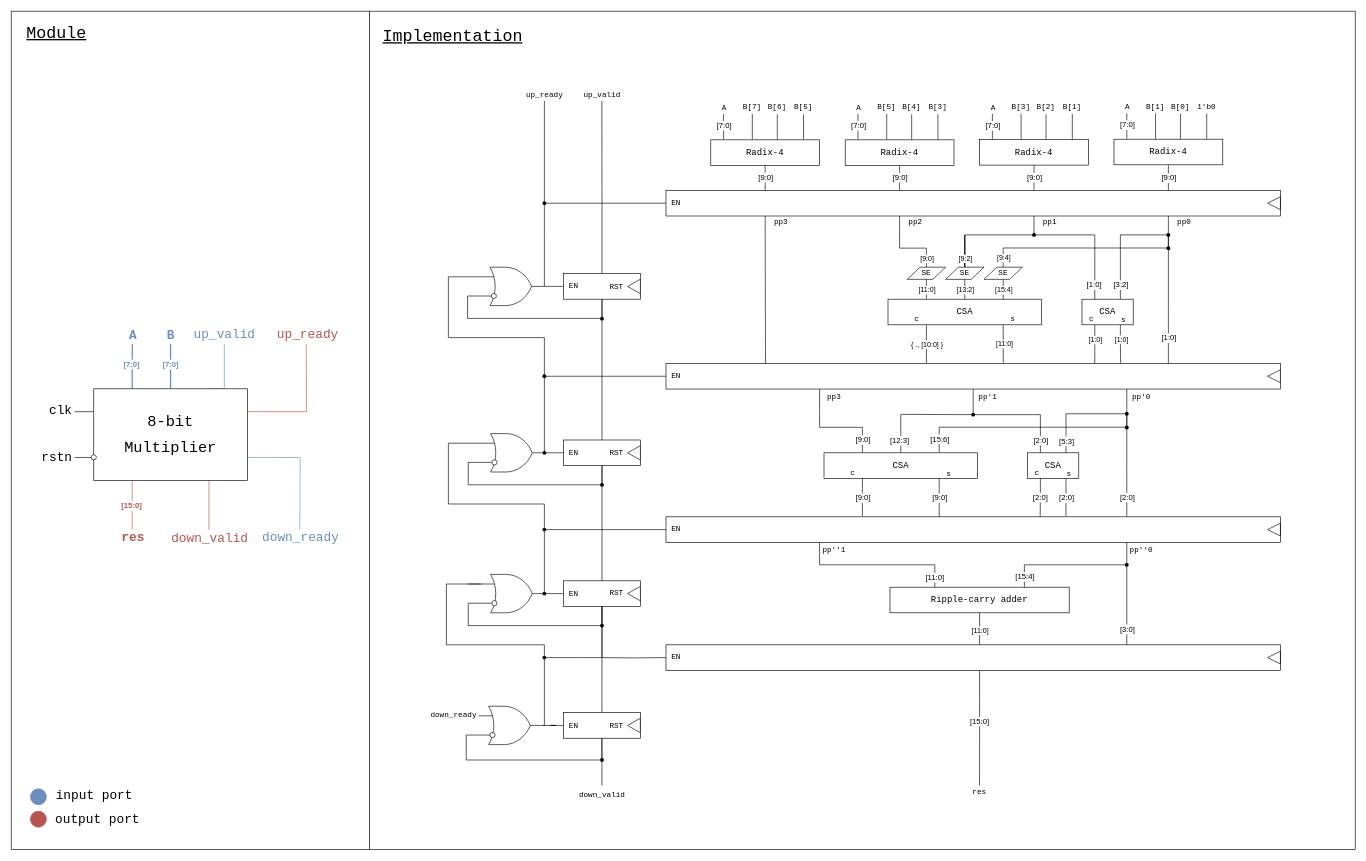
Earlier version of the draw.io diagram drawio/mul.drawio (nlGillity/hdl-mul). Source tidied: cells renumbered, new cells numbered last; positions are measured from the earlier drawing's top-left corner, leaving out a move shared by most shapes. Both pictures are drawn from the tidied source at 64%, with x=0, y=0 at pixel (11, 11).
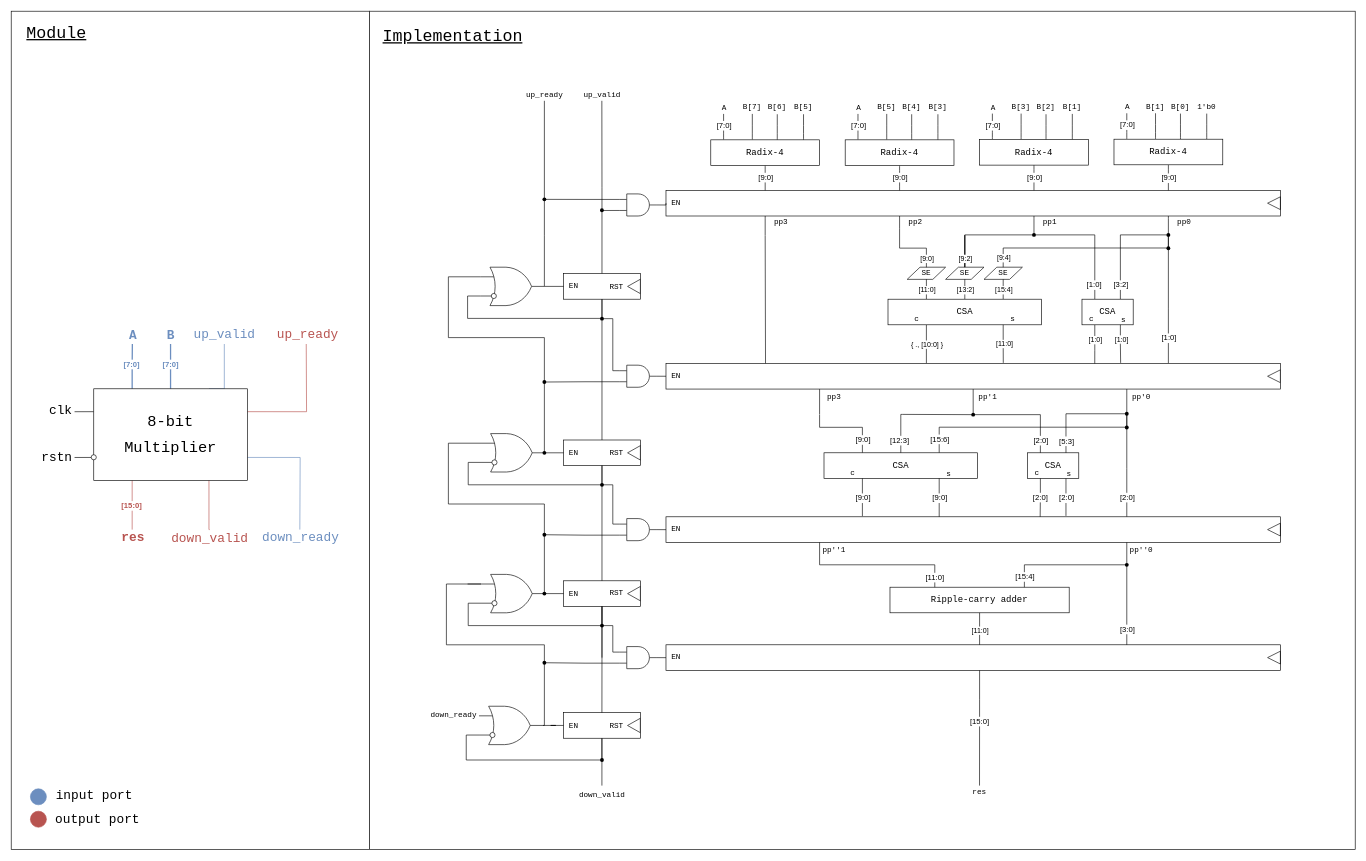
Above is the later version.

Unchanged cells that the change refers to:
```xml
<mxCell id="12" style="rounded=0;whiteSpace=wrap;html=1;align=center;verticalAlign=middle;fontFamily=Helvetica;fontSize=12;fontColor=default;labelBackgroundColor=default;fillColor=default;gradientColor=none;" parent="11" vertex="1">
  <mxGeometry width="960" height="40" as="geometry" />
</mxCell>
<mxCell id="94" style="rounded=0;whiteSpace=wrap;html=1;align=center;verticalAlign=middle;fontFamily=Helvetica;fontSize=12;labelBackgroundColor=default;" parent="90" vertex="1">
  <mxGeometry width="960" height="40" as="geometry" />
</mxCell>
<mxCell id="129" style="rounded=0;whiteSpace=wrap;html=1;align=center;verticalAlign=middle;fontFamily=Helvetica;fontSize=12;fontColor=default;labelBackgroundColor=default;fillColor=default;gradientColor=none;" parent="128" vertex="1">
  <mxGeometry width="960" height="40" as="geometry" />
</mxCell>
<mxCell id="147" style="rounded=0;whiteSpace=wrap;html=1;align=center;verticalAlign=middle;fontFamily=Helvetica;fontSize=12;fontColor=default;labelBackgroundColor=default;fillColor=default;gradientColor=none;" parent="146" vertex="1">
  <mxGeometry width="960" height="40" as="geometry" />
</mxCell>
<mxCell id="219" style="shape=waypoint;sketch=0;size=6;points=[];fillColor=none;perimeter=centerPerimeter;snapToPoint=1;rounded=0;strokeColor=default;align=center;verticalAlign=middle;fontFamily=Helvetica;fontSize=12;fontColor=default;labelBackgroundColor=default;" parent="1" vertex="1">
  <mxGeometry x="913.1" y="470.4" width="20" height="20" as="geometry" />
</mxCell>
<mxCell id="221" style="shape=waypoint;sketch=0;size=6;points=[];fillColor=none;perimeter=centerPerimeter;snapToPoint=1;rounded=0;strokeColor=default;align=center;verticalAlign=middle;fontFamily=Helvetica;fontSize=12;fontColor=default;labelBackgroundColor=default;" parent="1" vertex="1">
  <mxGeometry x="913.1" y="730" width="20" height="20" as="geometry" />
</mxCell>
<mxCell id="224" style="shape=waypoint;sketch=0;size=6;points=[];fillColor=none;perimeter=centerPerimeter;snapToPoint=1;rounded=0;strokeColor=default;align=center;verticalAlign=middle;fontFamily=Helvetica;fontSize=12;fontColor=default;labelBackgroundColor=default;" parent="1" vertex="1">
  <mxGeometry x="913.1" y="950" width="20" height="20" as="geometry" />
</mxCell>
```

Change to the diagram source:
```diff
@@
-    <mxCell id="226" style="edgeStyle=orthogonalEdgeStyle;shape=connector;rounded=0;jettySize=auto;html=1;entryX=0;entryY=0.5;entryDx=0;entryDy=0;strokeColor=default;align=center;verticalAlign=middle;fontFamily=Helvetica;fontSize=11;fontColor=default;labelBackgroundColor=default;endArrow=none;endFill=0;" parent="1" edge="1" target="147">
-      <mxGeometry relative="1" as="geometry">
-        <mxPoint x="923.1" y="1010" as="sourcePoint" />
-      </mxGeometry>
-    </mxCell>
@@
-    <mxCell id="228" style="edgeStyle=orthogonalEdgeStyle;shape=connector;rounded=0;jettySize=auto;html=1;entryX=0;entryY=0.5;entryDx=0;entryDy=0;strokeColor=default;align=center;verticalAlign=middle;fontFamily=Helvetica;fontSize=12;fontColor=default;labelBackgroundColor=default;startSize=8;endArrow=none;endFill=0;endSize=8;" parent="1" edge="1" source="229" target="129">
-      <mxGeometry relative="1" as="geometry" />
-    </mxCell>
     <mxCell id="229" style="shape=waypoint;sketch=0;size=6;points=[];fillColor=none;perimeter=centerPerimeter;snapToPoint=1;rounded=0;strokeColor=default;align=center;verticalAlign=middle;fontFamily=Helvetica;fontSize=12;fontColor=default;labelBackgroundColor=default;" parent="1" vertex="1">
-      <mxGeometry x="823.1" y="800" width="20" height="20" as="geometry" />
+      <mxGeometry x="823.1" y="808" width="20" height="20" as="geometry" />
     </mxCell>
-    <mxCell id="230" style="edgeStyle=orthogonalEdgeStyle;shape=connector;rounded=0;jettySize=auto;html=1;entryX=0;entryY=0.5;entryDx=0;entryDy=0;strokeColor=default;align=center;verticalAlign=middle;fontFamily=Helvetica;fontSize=12;fontColor=default;labelBackgroundColor=default;startSize=8;endArrow=none;endFill=0;endSize=8;" parent="1" edge="1" source="231" target="94">
-      <mxGeometry relative="1" as="geometry" />
-    </mxCell>
     <mxCell id="231" style="shape=waypoint;sketch=0;size=6;points=[];fillColor=none;perimeter=centerPerimeter;snapToPoint=1;rounded=0;strokeColor=default;align=center;verticalAlign=middle;fontFamily=Helvetica;fontSize=12;fontColor=default;labelBackgroundColor=default;" parent="1" vertex="1">
-      <mxGeometry x="823.1" y="560.4" width="20" height="20" as="geometry" />
+      <mxGeometry x="823.1" y="569.4" width="20" height="20" as="geometry" />
     </mxCell>
@@
-    <mxCell id="234" style="edgeStyle=orthogonalEdgeStyle;shape=connector;rounded=0;jettySize=auto;html=1;entryX=0;entryY=0.5;entryDx=0;entryDy=0;strokeColor=default;align=center;verticalAlign=middle;fontFamily=Helvetica;fontSize=12;fontColor=default;labelBackgroundColor=default;startSize=8;endArrow=none;endFill=0;endSize=8;" parent="1" edge="1" source="235" target="12">
-      <mxGeometry relative="1" as="geometry" />
-    </mxCell>
     <mxCell id="235" style="shape=waypoint;sketch=0;size=6;points=[];fillColor=none;perimeter=centerPerimeter;snapToPoint=1;rounded=0;strokeColor=default;align=center;verticalAlign=middle;fontFamily=Helvetica;fontSize=12;fontColor=default;labelBackgroundColor=default;" parent="1" vertex="1">
-      <mxGeometry x="823.1" y="290" width="20" height="20" as="geometry" />
+      <mxGeometry x="823.1" y="284" width="20" height="20" as="geometry" />
     </mxCell>
@@
-    <mxCell id="254" style="edgeStyle=orthogonalEdgeStyle;shape=connector;rounded=0;jettySize=auto;html=1;exitDx=0;exitDy=0;exitPerimeter=0;entryX=0.089;entryY=0.533;entryDx=0;entryDy=0;entryPerimeter=0;strokeColor=default;align=center;verticalAlign=middle;fontFamily=Helvetica;fontSize=11;fontColor=default;labelBackgroundColor=default;endArrow=none;endFill=0;" parent="1" edge="1" source="256">
-      <mxGeometry relative="1" as="geometry">
-        <mxPoint x="923.1" y="1010" as="targetPoint" />
-      </mxGeometry>
-    </mxCell>
@@
     <mxCell id="256" style="shape=waypoint;sketch=0;size=6;points=[];fillColor=none;perimeter=centerPerimeter;snapToPoint=1;fontFamily=Helvetica;fontSize=11;fontColor=default;labelBackgroundColor=default;" parent="1" vertex="1">
-      <mxGeometry x="823.1" y="1000" width="20" height="20" as="geometry" />
+      <mxGeometry x="823.1" y="1008" width="20" height="20" as="geometry" />
     </mxCell>
@@
+    <mxCell id="268" style="edgeStyle=orthogonalEdgeStyle;rounded=0;jettySize=auto;html=1;exitX=1;exitY=0.5;exitDx=0;exitDy=0;exitPerimeter=0;entryX=0;entryY=0.5;entryDx=0;entryDy=0;endArrow=none;endFill=0;" parent="1" edge="1" source="270" target="12">
+      <mxGeometry relative="1" as="geometry" />
+    </mxCell>
+    <mxCell id="269" style="edgeStyle=orthogonalEdgeStyle;shape=connector;rounded=0;jettySize=auto;html=1;exitX=0;exitY=0.25;exitDx=0;exitDy=0;exitPerimeter=0;strokeColor=default;align=center;verticalAlign=middle;fontFamily=Helvetica;fontSize=11;fontColor=default;labelBackgroundColor=default;endArrow=none;endFill=0;" parent="1" edge="1" source="270" target="235">
+      <mxGeometry relative="1" as="geometry" />
+    </mxCell>
+    <mxCell id="270" style="verticalLabelPosition=bottom;shadow=0;dashed=0;align=center;html=1;verticalAlign=top;shape=mxgraph.electrical.logic_gates.logic_gate;operation=and;" parent="1" vertex="1">
+      <mxGeometry x="950" y="285.5" width="59" height="34.5" as="geometry" />
+    </mxCell>
+    <mxCell id="271" style="shape=waypoint;sketch=0;size=6;points=[];fillColor=none;perimeter=centerPerimeter;snapToPoint=1;fontFamily=Helvetica;fontSize=11;fontColor=default;labelBackgroundColor=default;" parent="1" vertex="1">
+      <mxGeometry x="913" y="301" width="20" height="20" as="geometry" />
+    </mxCell>
+    <mxCell id="272" style="edgeStyle=orthogonalEdgeStyle;shape=connector;rounded=0;jettySize=auto;html=1;exitX=0;exitY=0.75;exitDx=0;exitDy=0;exitPerimeter=0;entryX=1.011;entryY=0.46;entryDx=0;entryDy=0;entryPerimeter=0;strokeColor=default;align=center;verticalAlign=middle;fontFamily=Helvetica;fontSize=11;fontColor=default;labelBackgroundColor=default;endArrow=none;endFill=0;" parent="1" edge="1" source="270" target="271">
+      <mxGeometry relative="1" as="geometry" />
+    </mxCell>
+    <mxCell id="273" style="edgeStyle=orthogonalEdgeStyle;shape=connector;rounded=0;jettySize=auto;html=1;exitX=1;exitY=0.5;exitDx=0;exitDy=0;exitPerimeter=0;entryX=0;entryY=0.5;entryDx=0;entryDy=0;strokeColor=default;align=center;verticalAlign=middle;fontFamily=Helvetica;fontSize=11;fontColor=default;labelBackgroundColor=default;endArrow=none;endFill=0;" parent="1" edge="1" source="275" target="94">
+      <mxGeometry relative="1" as="geometry" />
+    </mxCell>
+    <mxCell id="274" style="edgeStyle=orthogonalEdgeStyle;shape=connector;rounded=0;jettySize=auto;html=1;exitX=0;exitY=0.75;exitDx=0;exitDy=0;exitPerimeter=0;strokeColor=default;align=center;verticalAlign=middle;fontFamily=Helvetica;fontSize=11;fontColor=default;labelBackgroundColor=default;endArrow=none;endFill=0;" parent="1" edge="1" source="275" target="231">
+      <mxGeometry relative="1" as="geometry" />
+    </mxCell>
+    <mxCell id="275" style="verticalLabelPosition=bottom;shadow=0;dashed=0;align=center;html=1;verticalAlign=top;shape=mxgraph.electrical.logic_gates.logic_gate;operation=and;" parent="1" vertex="1">
+      <mxGeometry x="950" y="553.1" width="59" height="34.5" as="geometry" />
+    </mxCell>
+    <mxCell id="276" style="edgeStyle=orthogonalEdgeStyle;shape=connector;rounded=0;jettySize=auto;html=1;exitX=0;exitY=0.25;exitDx=0;exitDy=0;exitPerimeter=0;entryX=1.042;entryY=0.535;entryDx=0;entryDy=0;entryPerimeter=0;strokeColor=default;align=center;verticalAlign=middle;fontFamily=Helvetica;fontSize=11;fontColor=default;labelBackgroundColor=default;endArrow=none;endFill=0;" parent="1" edge="1" source="275" target="219">
+      <mxGeometry relative="1" as="geometry">
+        <Array as="points">
+          <mxPoint x="940" y="562" />
+          <mxPoint x="940" y="480" />
+        </Array>
+      </mxGeometry>
+    </mxCell>
+    <mxCell id="277" style="edgeStyle=orthogonalEdgeStyle;shape=connector;rounded=0;jettySize=auto;html=1;exitX=1;exitY=0.5;exitDx=0;exitDy=0;exitPerimeter=0;entryX=0;entryY=0.5;entryDx=0;entryDy=0;strokeColor=default;align=center;verticalAlign=middle;fontFamily=Helvetica;fontSize=11;fontColor=default;labelBackgroundColor=default;endArrow=none;endFill=0;" parent="1" edge="1" source="280" target="129">
+      <mxGeometry relative="1" as="geometry" />
+    </mxCell>
+    <mxCell id="278" style="edgeStyle=orthogonalEdgeStyle;shape=connector;rounded=0;jettySize=auto;html=1;exitX=0;exitY=0.25;exitDx=0;exitDy=0;exitPerimeter=0;strokeColor=default;align=center;verticalAlign=middle;fontFamily=Helvetica;fontSize=11;fontColor=default;labelBackgroundColor=default;endArrow=none;endFill=0;" parent="1" edge="1" source="280" target="221">
+      <mxGeometry relative="1" as="geometry">
+        <Array as="points">
+          <mxPoint x="940" y="801" />
+          <mxPoint x="940" y="740" />
+        </Array>
+      </mxGeometry>
+    </mxCell>
+    <mxCell id="279" style="edgeStyle=orthogonalEdgeStyle;shape=connector;rounded=0;jettySize=auto;html=1;exitX=0;exitY=0.75;exitDx=0;exitDy=0;exitPerimeter=0;strokeColor=default;align=center;verticalAlign=middle;fontFamily=Helvetica;fontSize=11;fontColor=default;labelBackgroundColor=default;endArrow=none;endFill=0;" parent="1" edge="1" source="280" target="229">
+      <mxGeometry relative="1" as="geometry" />
+    </mxCell>
+    <mxCell id="280" style="verticalLabelPosition=bottom;shadow=0;dashed=0;align=center;html=1;verticalAlign=top;shape=mxgraph.electrical.logic_gates.logic_gate;operation=and;" parent="1" vertex="1">
+      <mxGeometry x="950" y="792.8" width="59" height="34.5" as="geometry" />
+    </mxCell>
+    <mxCell id="281" style="edgeStyle=orthogonalEdgeStyle;shape=connector;rounded=0;jettySize=auto;html=1;exitX=1;exitY=0.5;exitDx=0;exitDy=0;exitPerimeter=0;entryX=0;entryY=0.5;entryDx=0;entryDy=0;strokeColor=default;align=center;verticalAlign=middle;fontFamily=Helvetica;fontSize=11;fontColor=default;labelBackgroundColor=default;endArrow=none;endFill=0;" parent="1" edge="1" source="283" target="147">
+      <mxGeometry relative="1" as="geometry" />
+    </mxCell>
+    <mxCell id="282" style="edgeStyle=orthogonalEdgeStyle;shape=connector;rounded=0;jettySize=auto;html=1;exitX=0;exitY=0.75;exitDx=0;exitDy=0;exitPerimeter=0;strokeColor=default;align=center;verticalAlign=middle;fontFamily=Helvetica;fontSize=11;fontColor=default;labelBackgroundColor=default;endArrow=none;endFill=0;" parent="1" edge="1" source="283" target="256">
+      <mxGeometry relative="1" as="geometry" />
+    </mxCell>
+    <mxCell id="283" style="verticalLabelPosition=bottom;shadow=0;dashed=0;align=center;html=1;verticalAlign=top;shape=mxgraph.electrical.logic_gates.logic_gate;operation=and;" parent="1" vertex="1">
+      <mxGeometry x="950" y="992.8" width="59" height="34.5" as="geometry" />
+    </mxCell>
+    <mxCell id="284" style="edgeStyle=orthogonalEdgeStyle;shape=connector;rounded=0;jettySize=auto;html=1;exitX=0;exitY=0.25;exitDx=0;exitDy=0;exitPerimeter=0;entryX=0.581;entryY=0.607;entryDx=0;entryDy=0;entryPerimeter=0;strokeColor=default;align=center;verticalAlign=middle;fontFamily=Helvetica;fontSize=11;fontColor=default;labelBackgroundColor=default;endArrow=none;endFill=0;" parent="1" edge="1" source="283" target="224">
+      <mxGeometry relative="1" as="geometry">
+        <Array as="points">
+          <mxPoint x="940" y="1001" />
+          <mxPoint x="940" y="960" />
+        </Array>
+      </mxGeometry>
+    </mxCell>
```
